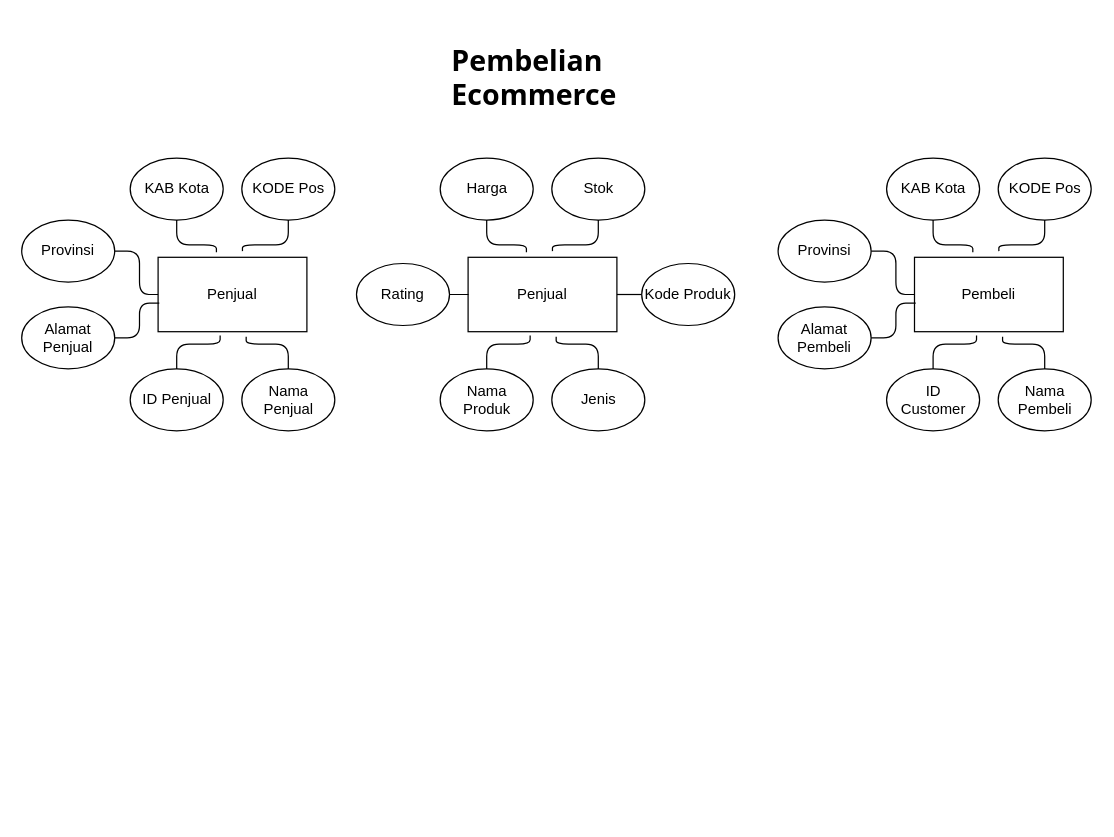
Virtue1040/TEST keeps this draw.io diagram as Untitled Diagram.drawio. Above is the earlier version. Source tidied: cells renumbered, new cells numbered last; positions are measured from the earlier drawing's top-left corner, leaving out a move shared by most shapes. Both pictures are drawn from the tidied source at 124%, with x=0, y=0 at pixel (21, 21).
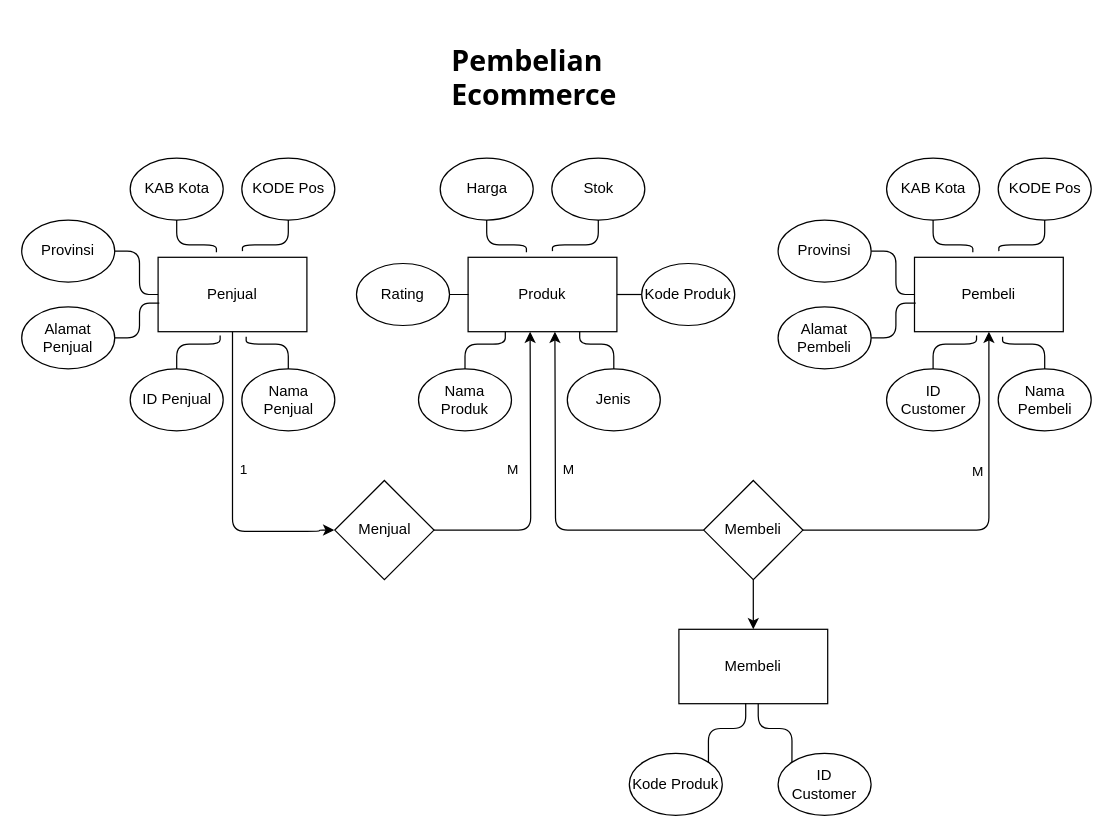
The same page after the edit.

The change refers to these unchanged cells:
```xml
<mxCell id="3" value="Penjual" style="rounded=0;whiteSpace=wrap;html=1;" parent="1" vertex="1">
  <mxGeometry x="110" y="190" width="120" height="60" as="geometry" />
</mxCell>
<mxCell id="29" value="Pembeli" style="rounded=0;whiteSpace=wrap;html=1;" parent="1" vertex="1">
  <mxGeometry x="720" y="190" width="120" height="60" as="geometry" />
</mxCell>
```

Diff of the diagram source:
```diff
@@
-    <mxCell id="16" value="Penjual" style="rounded=0;whiteSpace=wrap;html=1;" parent="1" vertex="1">
+    <mxCell id="16" value="Produk" style="rounded=0;whiteSpace=wrap;html=1;" parent="1" vertex="1">
       <mxGeometry x="360" y="190" width="120" height="60" as="geometry" />
     </mxCell>
     <mxCell id="17" value="Nama Produk" style="ellipse;whiteSpace=wrap;html=1;" parent="1" vertex="1">
-      <mxGeometry x="337.5" y="280" width="75" height="50" as="geometry" />
+      <mxGeometry x="320" y="280" width="75" height="50" as="geometry" />
     </mxCell>
     <mxCell id="18" value="Jenis" style="ellipse;whiteSpace=wrap;html=1;" parent="1" vertex="1">
-      <mxGeometry x="427.5" y="280" width="75" height="50" as="geometry" />
+      <mxGeometry x="440" y="280" width="75" height="50" as="geometry" />
     </mxCell>
@@
-    <mxCell id="25" style="edgeStyle=orthogonalEdgeStyle;rounded=1;jettySize=auto;html=1;exitX=0.5;exitY=0;exitDx=0;exitDy=0;entryX=0.592;entryY=1.067;entryDx=0;entryDy=0;entryPerimeter=0;endArrow=none;endFill=0;curved=0;" parent="1" edge="1" source="18" target="16">
+    <mxCell id="25" style="edgeStyle=orthogonalEdgeStyle;rounded=1;jettySize=auto;html=1;exitX=0.5;exitY=0;exitDx=0;exitDy=0;entryX=0.75;entryY=1;entryDx=0;entryDy=0;endArrow=none;endFill=0;curved=0;" parent="1" edge="1" source="18" target="16">
       <mxGeometry relative="1" as="geometry" />
     </mxCell>
-    <mxCell id="26" style="edgeStyle=orthogonalEdgeStyle;rounded=1;jettySize=auto;html=1;exitX=0.5;exitY=0;exitDx=0;exitDy=0;entryX=0.417;entryY=1.05;entryDx=0;entryDy=0;entryPerimeter=0;endArrow=none;endFill=0;curved=0;" parent="1" edge="1" source="17" target="16">
+    <mxCell id="26" style="edgeStyle=orthogonalEdgeStyle;rounded=1;jettySize=auto;html=1;exitX=0.5;exitY=0;exitDx=0;exitDy=0;entryX=0.25;entryY=1;entryDx=0;entryDy=0;endArrow=none;endFill=0;curved=0;" parent="1" edge="1" source="17" target="16">
       <mxGeometry relative="1" as="geometry" />
     </mxCell>
@@
+    <mxCell id="42" style="edgeStyle=orthogonalEdgeStyle;rounded=1;jettySize=auto;html=1;entryX=0.5;entryY=1;entryDx=0;entryDy=0;endArrow=none;endFill=0;curved=0;startArrow=classic;startFill=1;fontSize=15;" parent="1" edge="1" target="3">
+      <mxGeometry relative="1" as="geometry">
+        <mxPoint x="252" y="410" as="sourcePoint" />
+        <Array as="points">
+          <mxPoint x="240" y="410" />
+          <mxPoint x="240" y="411" />
+          <mxPoint x="170" y="411" />
+        </Array>
+      </mxGeometry>
+    </mxCell>
+    <mxCell id="43" value="1" style="edgeLabel;html=1;align=center;verticalAlign=middle;" parent="42" vertex="1">
+      <mxGeometry x="-0.81" y="-1" relative="1" as="geometry">
+        <mxPoint x="-52" y="-50" as="offset" />
+      </mxGeometry>
+    </mxCell>
+    <mxCell id="44" value="Menjual" style="rhombus;whiteSpace=wrap;html=1;" parent="1" vertex="1">
+      <mxGeometry x="252.5" y="370" width="80" height="80" as="geometry" />
+    </mxCell>
+    <mxCell id="45" style="edgeStyle=orthogonalEdgeStyle;rounded=1;jettySize=auto;html=1;exitX=1;exitY=0.5;exitDx=0;exitDy=0;entryX=0.5;entryY=1;entryDx=0;entryDy=0;endArrow=classic;endFill=1;curved=0;startArrow=none;startFill=0;" parent="1" edge="1" source="50" target="29">
+      <mxGeometry relative="1" as="geometry" />
+    </mxCell>
+    <mxCell id="46" value="M" style="edgeLabel;html=1;align=center;verticalAlign=middle;" parent="45" vertex="1">
+      <mxGeometry x="0.28" y="1" relative="1" as="geometry">
+        <mxPoint x="-9" as="offset" />
+      </mxGeometry>
+    </mxCell>
+    <mxCell id="47" style="edgeStyle=orthogonalEdgeStyle;rounded=1;jettySize=auto;html=1;exitX=0;exitY=0.5;exitDx=0;exitDy=0;curved=0;endArrow=classic;endFill=1;startArrow=none;startFill=0;" parent="1" edge="1" source="50">
+      <mxGeometry relative="1" as="geometry">
+        <mxPoint x="430" y="250" as="targetPoint" />
+      </mxGeometry>
+    </mxCell>
+    <mxCell id="48" value="M" style="edgeLabel;html=1;align=center;verticalAlign=middle;" parent="47" vertex="1">
+      <mxGeometry x="0.21" y="1" relative="1" as="geometry">
+        <mxPoint x="11" as="offset" />
+      </mxGeometry>
+    </mxCell>
+    <mxCell id="49" style="edgeStyle=orthogonalEdgeStyle;rounded=0;jettySize=auto;html=1;exitX=0.5;exitY=1;exitDx=0;exitDy=0;" parent="1" edge="1" source="50" target="53">
+      <mxGeometry relative="1" as="geometry" />
+    </mxCell>
+    <mxCell id="50" value="Membeli" style="rhombus;whiteSpace=wrap;html=1;" parent="1" vertex="1">
+      <mxGeometry x="550" y="370" width="80" height="80" as="geometry" />
+    </mxCell>
+    <mxCell id="51" style="edgeStyle=orthogonalEdgeStyle;rounded=1;jettySize=auto;html=1;exitX=1;exitY=0.5;exitDx=0;exitDy=0;endArrow=classic;endFill=1;curved=0;" parent="1" edge="1" source="44">
+      <mxGeometry relative="1" as="geometry">
+        <mxPoint x="410" y="250" as="targetPoint" />
+      </mxGeometry>
+    </mxCell>
+    <mxCell id="52" value="M" style="edgeLabel;html=1;align=center;verticalAlign=middle;" parent="51" vertex="1">
+      <mxGeometry x="-0.88" y="-1" relative="1" as="geometry">
+        <mxPoint x="49" y="-51" as="offset" />
+      </mxGeometry>
+    </mxCell>
+    <mxCell id="53" value="Membeli" style="rounded=0;whiteSpace=wrap;html=1;" parent="1" vertex="1">
+      <mxGeometry x="530" y="490" width="120" height="60" as="geometry" />
+    </mxCell>
+    <mxCell id="54" value="ID&lt;br&gt;Customer" style="ellipse;whiteSpace=wrap;html=1;" parent="1" vertex="1">
+      <mxGeometry x="610" y="590" width="75" height="50" as="geometry" />
+    </mxCell>
+    <mxCell id="55" value="Kode Produk" style="ellipse;whiteSpace=wrap;html=1;" parent="1" vertex="1">
+      <mxGeometry x="490" y="590" width="75" height="50" as="geometry" />
+    </mxCell>
+    <mxCell id="56" style="edgeStyle=orthogonalEdgeStyle;rounded=1;jettySize=auto;html=1;exitX=1;exitY=0;exitDx=0;exitDy=0;entryX=0.449;entryY=0.99;entryDx=0;entryDy=0;entryPerimeter=0;curved=0;endArrow=none;endFill=0;" parent="1" edge="1" source="55" target="53">
+      <mxGeometry relative="1" as="geometry" />
+    </mxCell>
+    <mxCell id="57" style="edgeStyle=orthogonalEdgeStyle;rounded=1;jettySize=auto;html=1;exitX=0;exitY=0;exitDx=0;exitDy=0;entryX=0.533;entryY=1;entryDx=0;entryDy=0;entryPerimeter=0;curved=0;endArrow=none;endFill=0;" parent="1" edge="1" source="54" target="53">
+      <mxGeometry relative="1" as="geometry" />
+    </mxCell>
```
